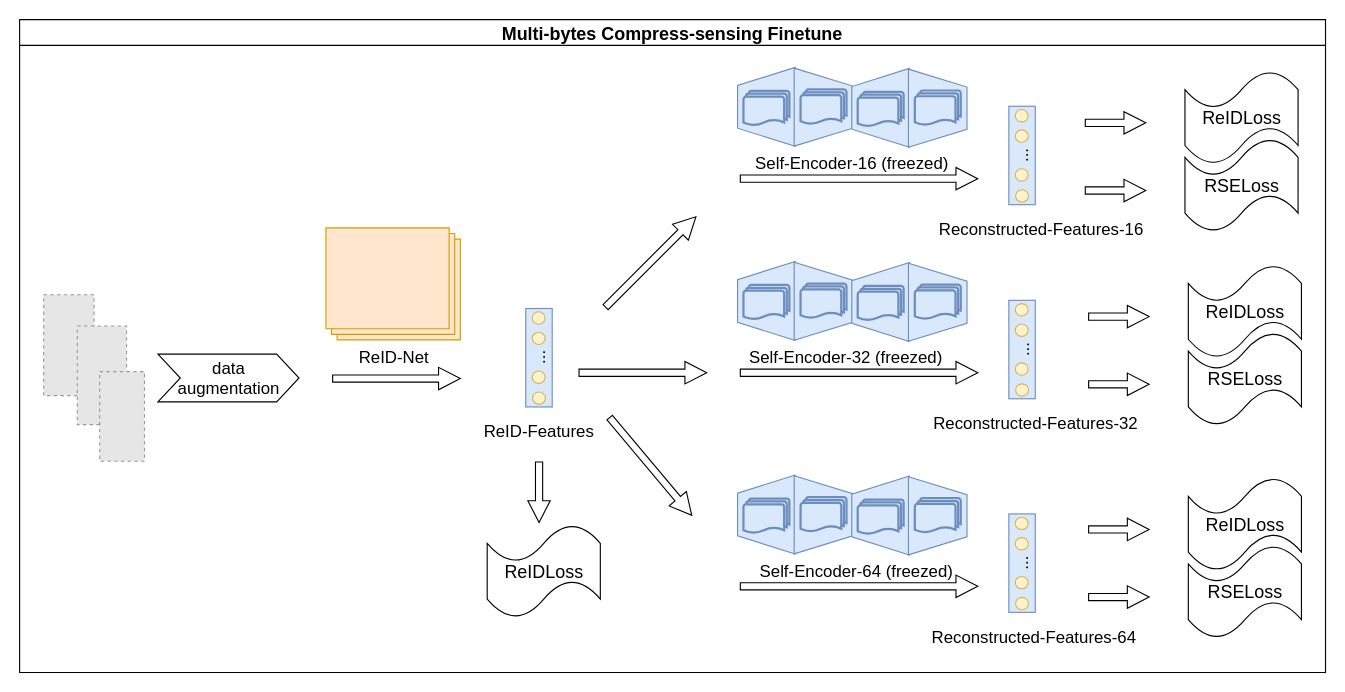
Wu-Xiang123/Hello-GItHub keeps this draw.io diagram as naic21.joint.ensemble.drawio. Above is the earlier version. Source tidied: cells renumbered, new cells numbered last; positions are measured from the earlier drawing's top-left corner, leaving out a move shared by most shapes. Both pictures are drawn from the tidied source at 112%, with x=0, y=0 at pixel (19, 19). Pictures stored in the file or linked from it are replaced by grey dashed boxes.
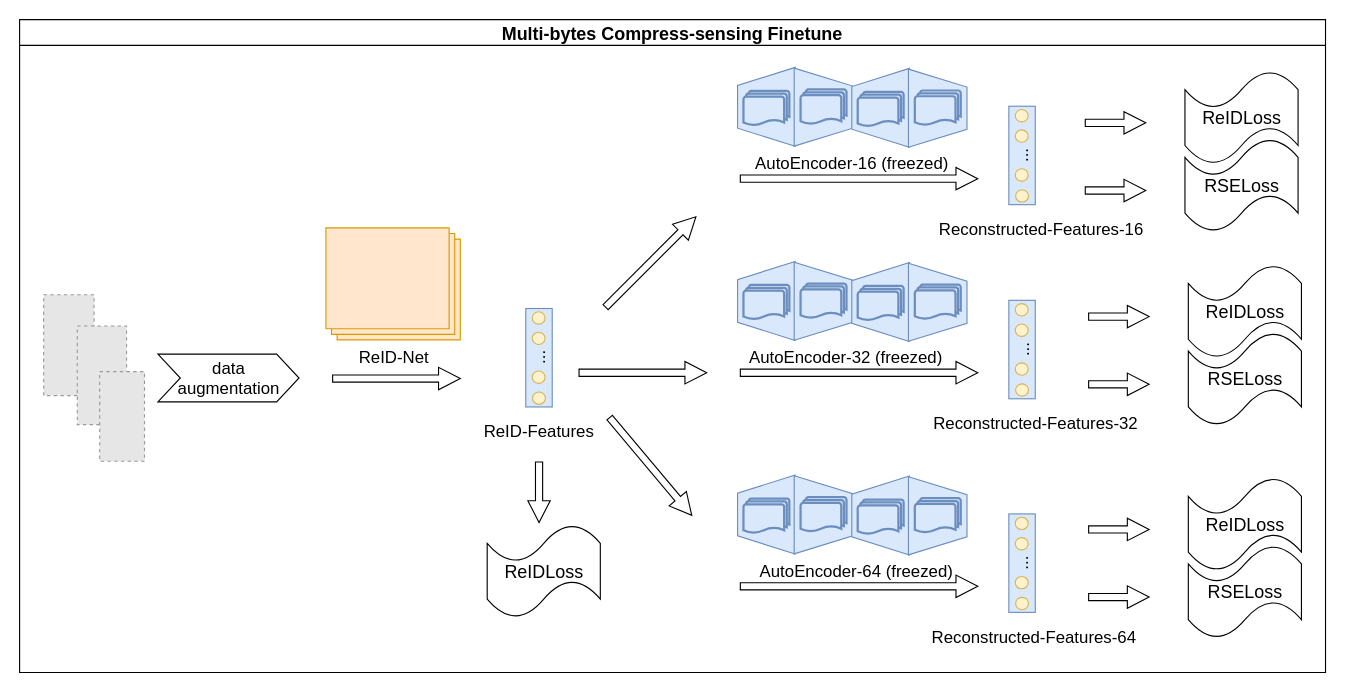
After the change.

Unchanged cells that the change refers to:
```xml
<mxCell id="2" value="Multi-bytes Compress-sensing Finetune" style="swimlane;fontSize=16;" parent="1" vertex="1">
  <mxGeometry width="1166" height="583" as="geometry" />
</mxCell>
```

Diff of the diagram source:
```diff
@@
-    <mxCell id="25" value="&lt;font style=&quot;font-size: 15px; line-height: 1;&quot;&gt;Self-Encoder-16 (freezed)&lt;br style=&quot;font-size: 15px;&quot;&gt;&lt;/font&gt;" style="text;html=1;align=center;verticalAlign=middle;whiteSpace=wrap;rounded=0;fontSize=15;" parent="2" vertex="1">
+    <mxCell id="25" value="&lt;font style=&quot;font-size: 15px; line-height: 1;&quot;&gt;AutoEncoder-16 (freezed)&lt;br style=&quot;font-size: 15px;&quot;&gt;&lt;/font&gt;" style="text;html=1;align=center;verticalAlign=middle;whiteSpace=wrap;rounded=0;fontSize=15;" parent="2" vertex="1">
       <mxGeometry x="654" y="113" width="179" height="30" as="geometry" />
     </mxCell>
@@
-    <mxCell id="48" value="&lt;font style=&quot;font-size: 15px; line-height: 1;&quot;&gt;Self-Encoder-32 (freezed)&lt;br style=&quot;font-size: 15px;&quot;&gt;&lt;/font&gt;" style="text;html=1;align=center;verticalAlign=middle;whiteSpace=wrap;rounded=0;fontSize=15;" parent="2" vertex="1">
+    <mxCell id="48" value="&lt;font style=&quot;font-size: 15px; line-height: 1;&quot;&gt;AutoEncoder-32 (freezed)&lt;br style=&quot;font-size: 15px;&quot;&gt;&lt;/font&gt;" style="text;html=1;align=center;verticalAlign=middle;whiteSpace=wrap;rounded=0;fontSize=15;" parent="2" vertex="1">
       <mxGeometry x="643" y="286.3" width="190" height="30" as="geometry" />
     </mxCell>
@@
-    <mxCell id="69" value="&lt;font style=&quot;font-size: 15px; line-height: 1;&quot;&gt;Self-Encoder-64 (freezed)&lt;br style=&quot;font-size: 15px;&quot;&gt;&lt;/font&gt;" style="text;html=1;align=center;verticalAlign=middle;whiteSpace=wrap;rounded=0;fontSize=15;" parent="2" vertex="1">
+    <mxCell id="69" value="&lt;font style=&quot;font-size: 15px; line-height: 1;&quot;&gt;AutoEncoder-64 (freezed)&lt;br style=&quot;font-size: 15px;&quot;&gt;&lt;/font&gt;" style="text;html=1;align=center;verticalAlign=middle;whiteSpace=wrap;rounded=0;fontSize=15;" parent="2" vertex="1">
       <mxGeometry x="659.5" y="477" width="174.5" height="30" as="geometry" />
     </mxCell>
```
